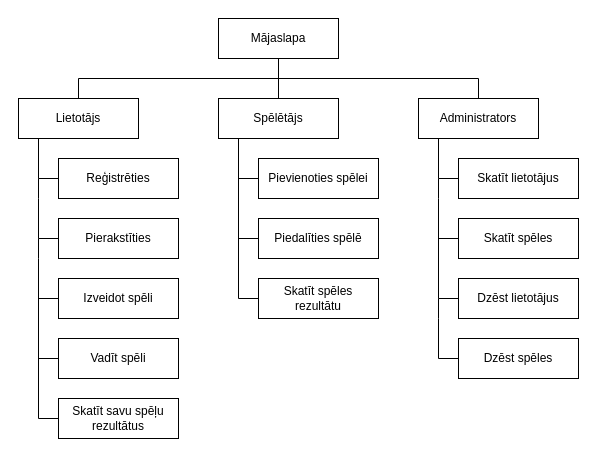
Above: dokumentacija/Dekompozicija.drawio in Edgars-P/RVT-Projekts-CardGame (draw.io), before the change. Source tidied: cells renumbered, new cells numbered last; positions are measured from the earlier drawing's top-left corner, leaving out a move shared by most shapes. Both pictures are drawn from the tidied source at 100%, with x=0, y=0 at pixel (18, 18).
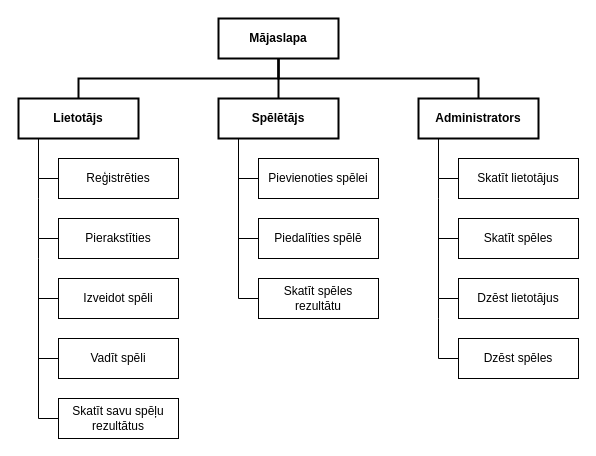
After the change.

The edit, as a diff of the source:
```diff
@@
-    <mxCell id="2" style="edgeStyle=orthogonalEdgeStyle;rounded=0;jettySize=auto;html=1;entryX=0.5;entryY=0;entryDx=0;entryDy=0;endArrow=none;endFill=0;exitX=0.5;exitY=1;exitDx=0;exitDy=0;" parent="1" edge="1" source="5" target="6">
+    <mxCell id="2" style="edgeStyle=orthogonalEdgeStyle;rounded=0;jettySize=auto;html=1;entryX=0.5;entryY=0;entryDx=0;entryDy=0;endArrow=none;endFill=0;exitX=0.5;exitY=1;exitDx=0;exitDy=0;strokeWidth=2;fontStyle=1;" parent="1" edge="1" source="5" target="6">
       <mxGeometry relative="1" as="geometry" />
     </mxCell>
-    <mxCell id="3" style="edgeStyle=orthogonalEdgeStyle;rounded=0;jettySize=auto;html=1;endArrow=none;endFill=0;" parent="1" edge="1" source="5" target="7">
+    <mxCell id="3" style="edgeStyle=orthogonalEdgeStyle;rounded=0;jettySize=auto;html=1;endArrow=none;endFill=0;strokeWidth=2;fontStyle=1;" parent="1" edge="1" source="5" target="7">
       <mxGeometry relative="1" as="geometry" />
     </mxCell>
-    <mxCell id="4" style="edgeStyle=orthogonalEdgeStyle;shape=connector;rounded=0;jettySize=auto;html=1;entryX=0.5;entryY=0;entryDx=0;entryDy=0;labelBackgroundColor=default;strokeColor=default;align=center;verticalAlign=middle;fontFamily=Helvetica;fontSize=11;fontColor=default;endArrow=none;endFill=0;exitX=0.5;exitY=1;exitDx=0;exitDy=0;" parent="1" edge="1" source="5" target="8">
+    <mxCell id="4" style="edgeStyle=orthogonalEdgeStyle;shape=connector;rounded=0;jettySize=auto;html=1;entryX=0.5;entryY=0;entryDx=0;entryDy=0;labelBackgroundColor=default;strokeColor=default;align=center;verticalAlign=middle;fontFamily=Helvetica;fontSize=11;fontColor=default;endArrow=none;endFill=0;exitX=0.5;exitY=1;exitDx=0;exitDy=0;strokeWidth=2;fontStyle=1;" parent="1" edge="1" source="5" target="8">
       <mxGeometry relative="1" as="geometry" />
     </mxCell>
-    <mxCell id="5" value="Mājaslapa" style="rounded=0;whiteSpace=wrap;html=1;" parent="1" vertex="1">
+    <mxCell id="5" value="Mājaslapa" style="rounded=0;whiteSpace=wrap;html=1;strokeWidth=2;fontStyle=1;" parent="1" vertex="1">
       <mxGeometry x="200" width="120" height="40" as="geometry" />
     </mxCell>
-    <mxCell id="6" value="Lietotājs" style="rounded=0;whiteSpace=wrap;html=1;" parent="1" vertex="1">
+    <mxCell id="6" value="Lietotājs" style="rounded=0;whiteSpace=wrap;html=1;strokeWidth=2;fontStyle=1;" parent="1" vertex="1">
       <mxGeometry y="80" width="120" height="40" as="geometry" />
     </mxCell>
-    <mxCell id="7" value="Spēlētājs" style="rounded=0;whiteSpace=wrap;html=1;" parent="1" vertex="1">
+    <mxCell id="7" value="Spēlētājs" style="rounded=0;whiteSpace=wrap;html=1;strokeWidth=2;fontStyle=1;" parent="1" vertex="1">
       <mxGeometry x="200" y="80" width="120" height="40" as="geometry" />
     </mxCell>
-    <mxCell id="8" value="Administrators" style="rounded=0;whiteSpace=wrap;html=1;" parent="1" vertex="1">
+    <mxCell id="8" value="Administrators" style="rounded=0;whiteSpace=wrap;html=1;strokeWidth=2;fontStyle=1;" parent="1" vertex="1">
       <mxGeometry x="400" y="80" width="120" height="40" as="geometry" />
     </mxCell>
```
